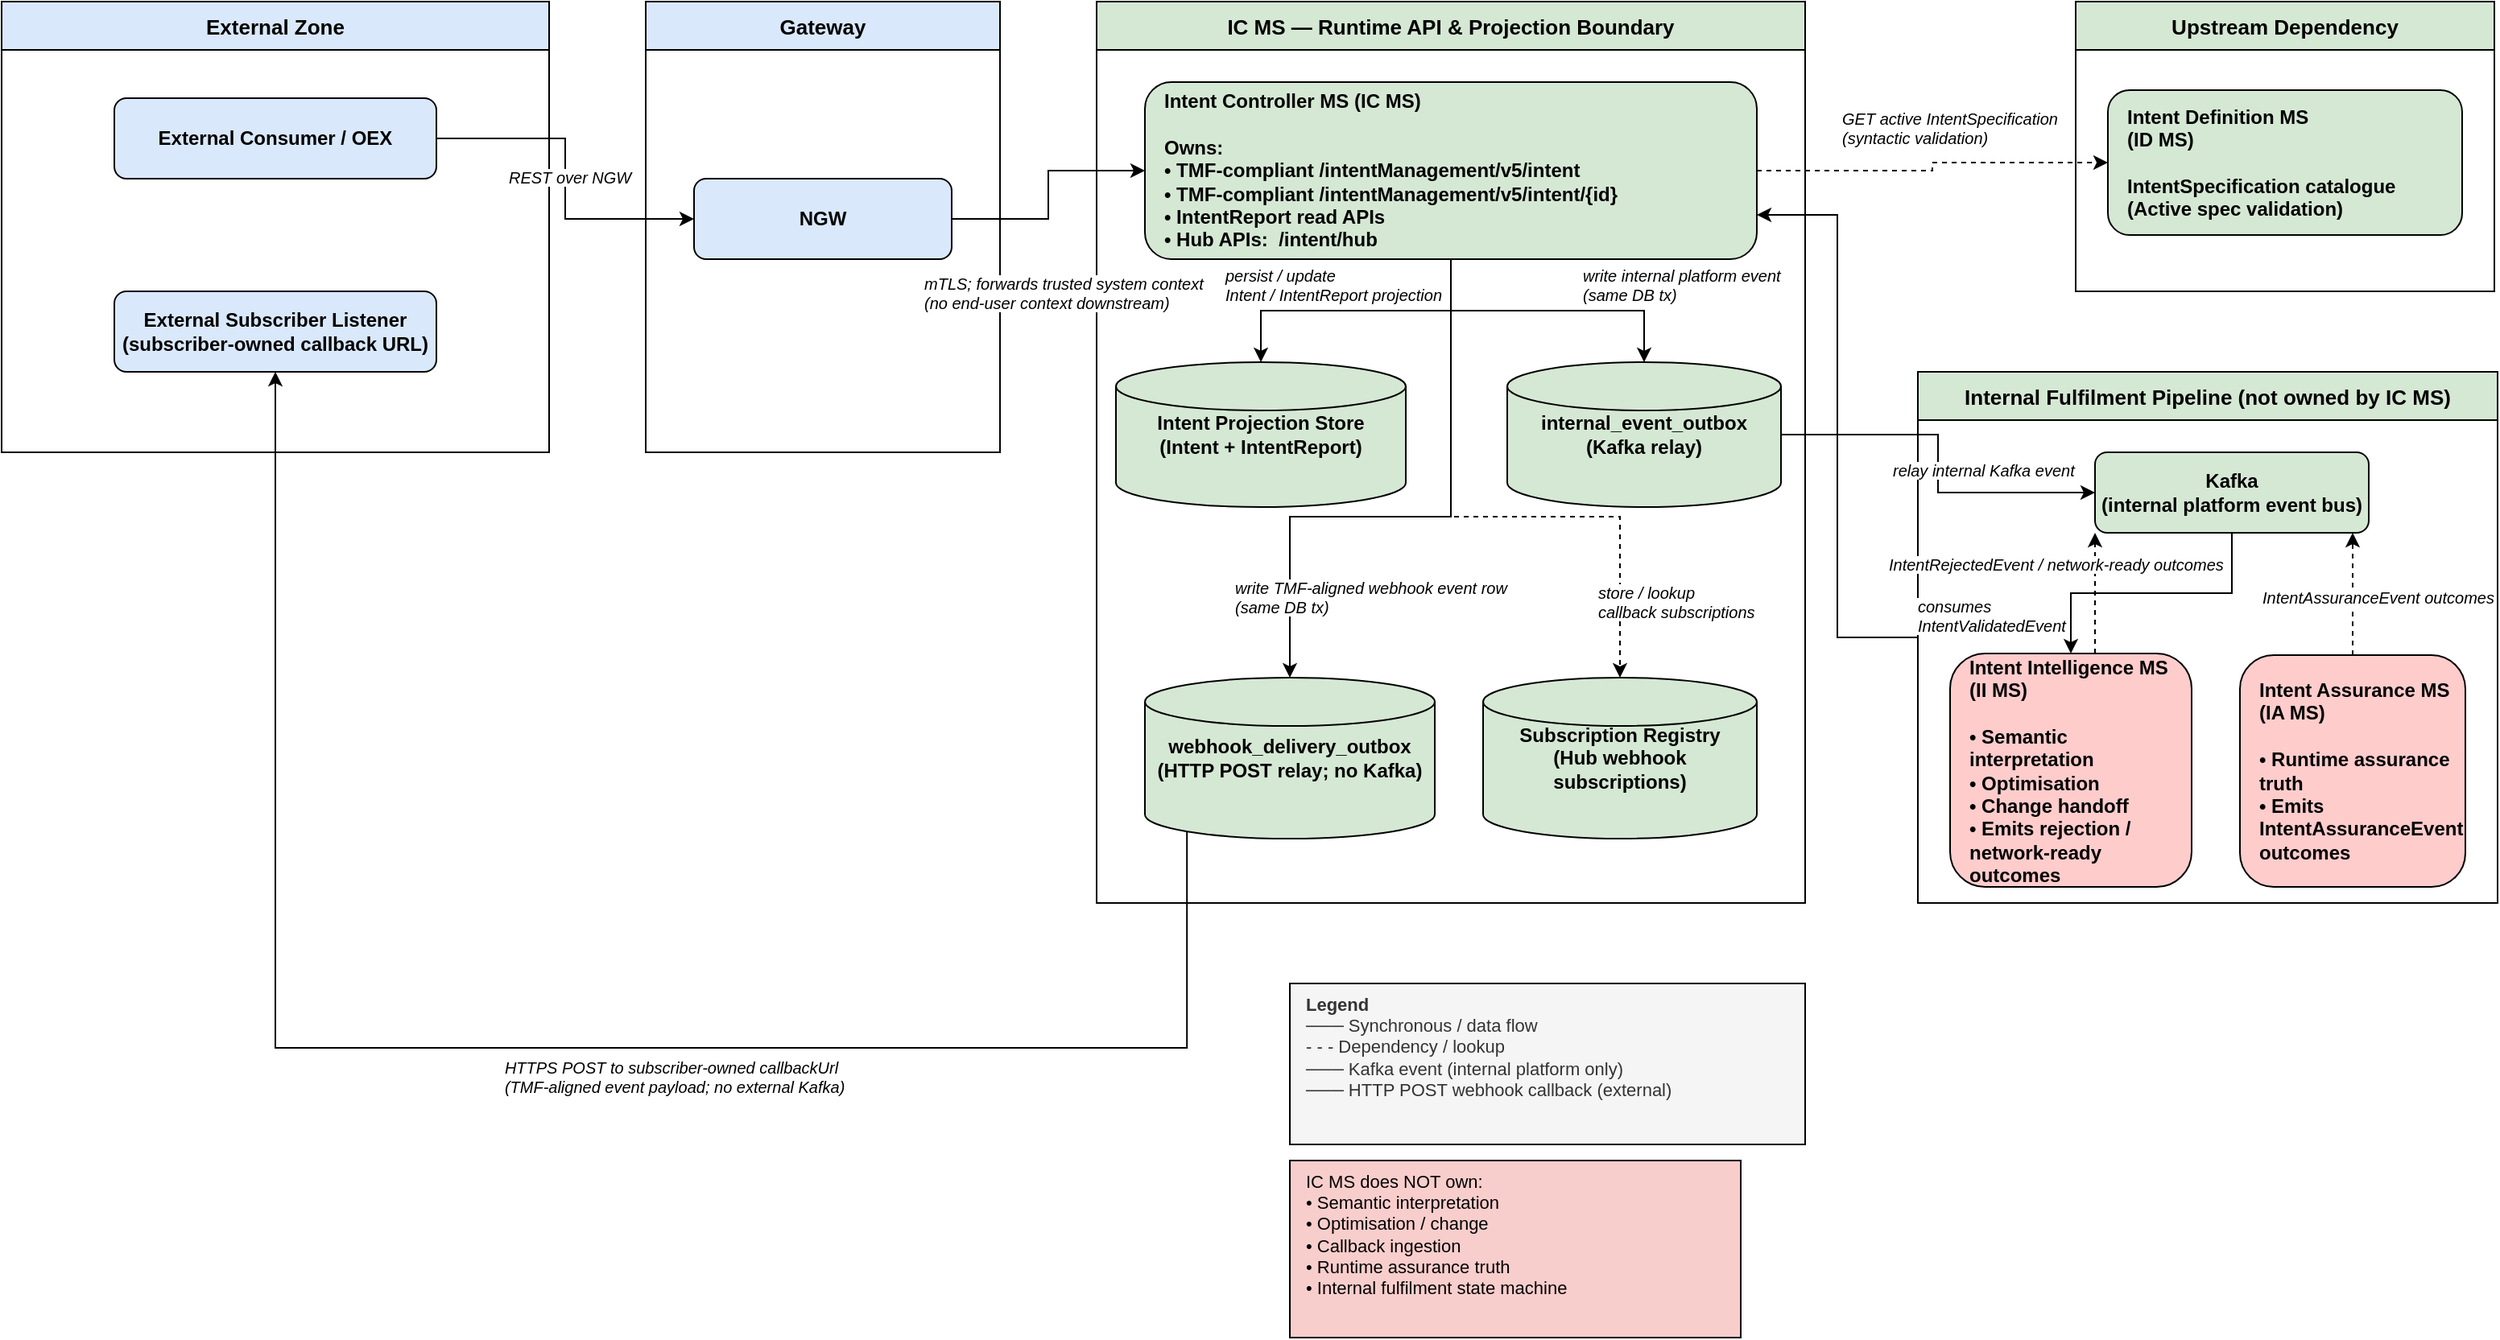
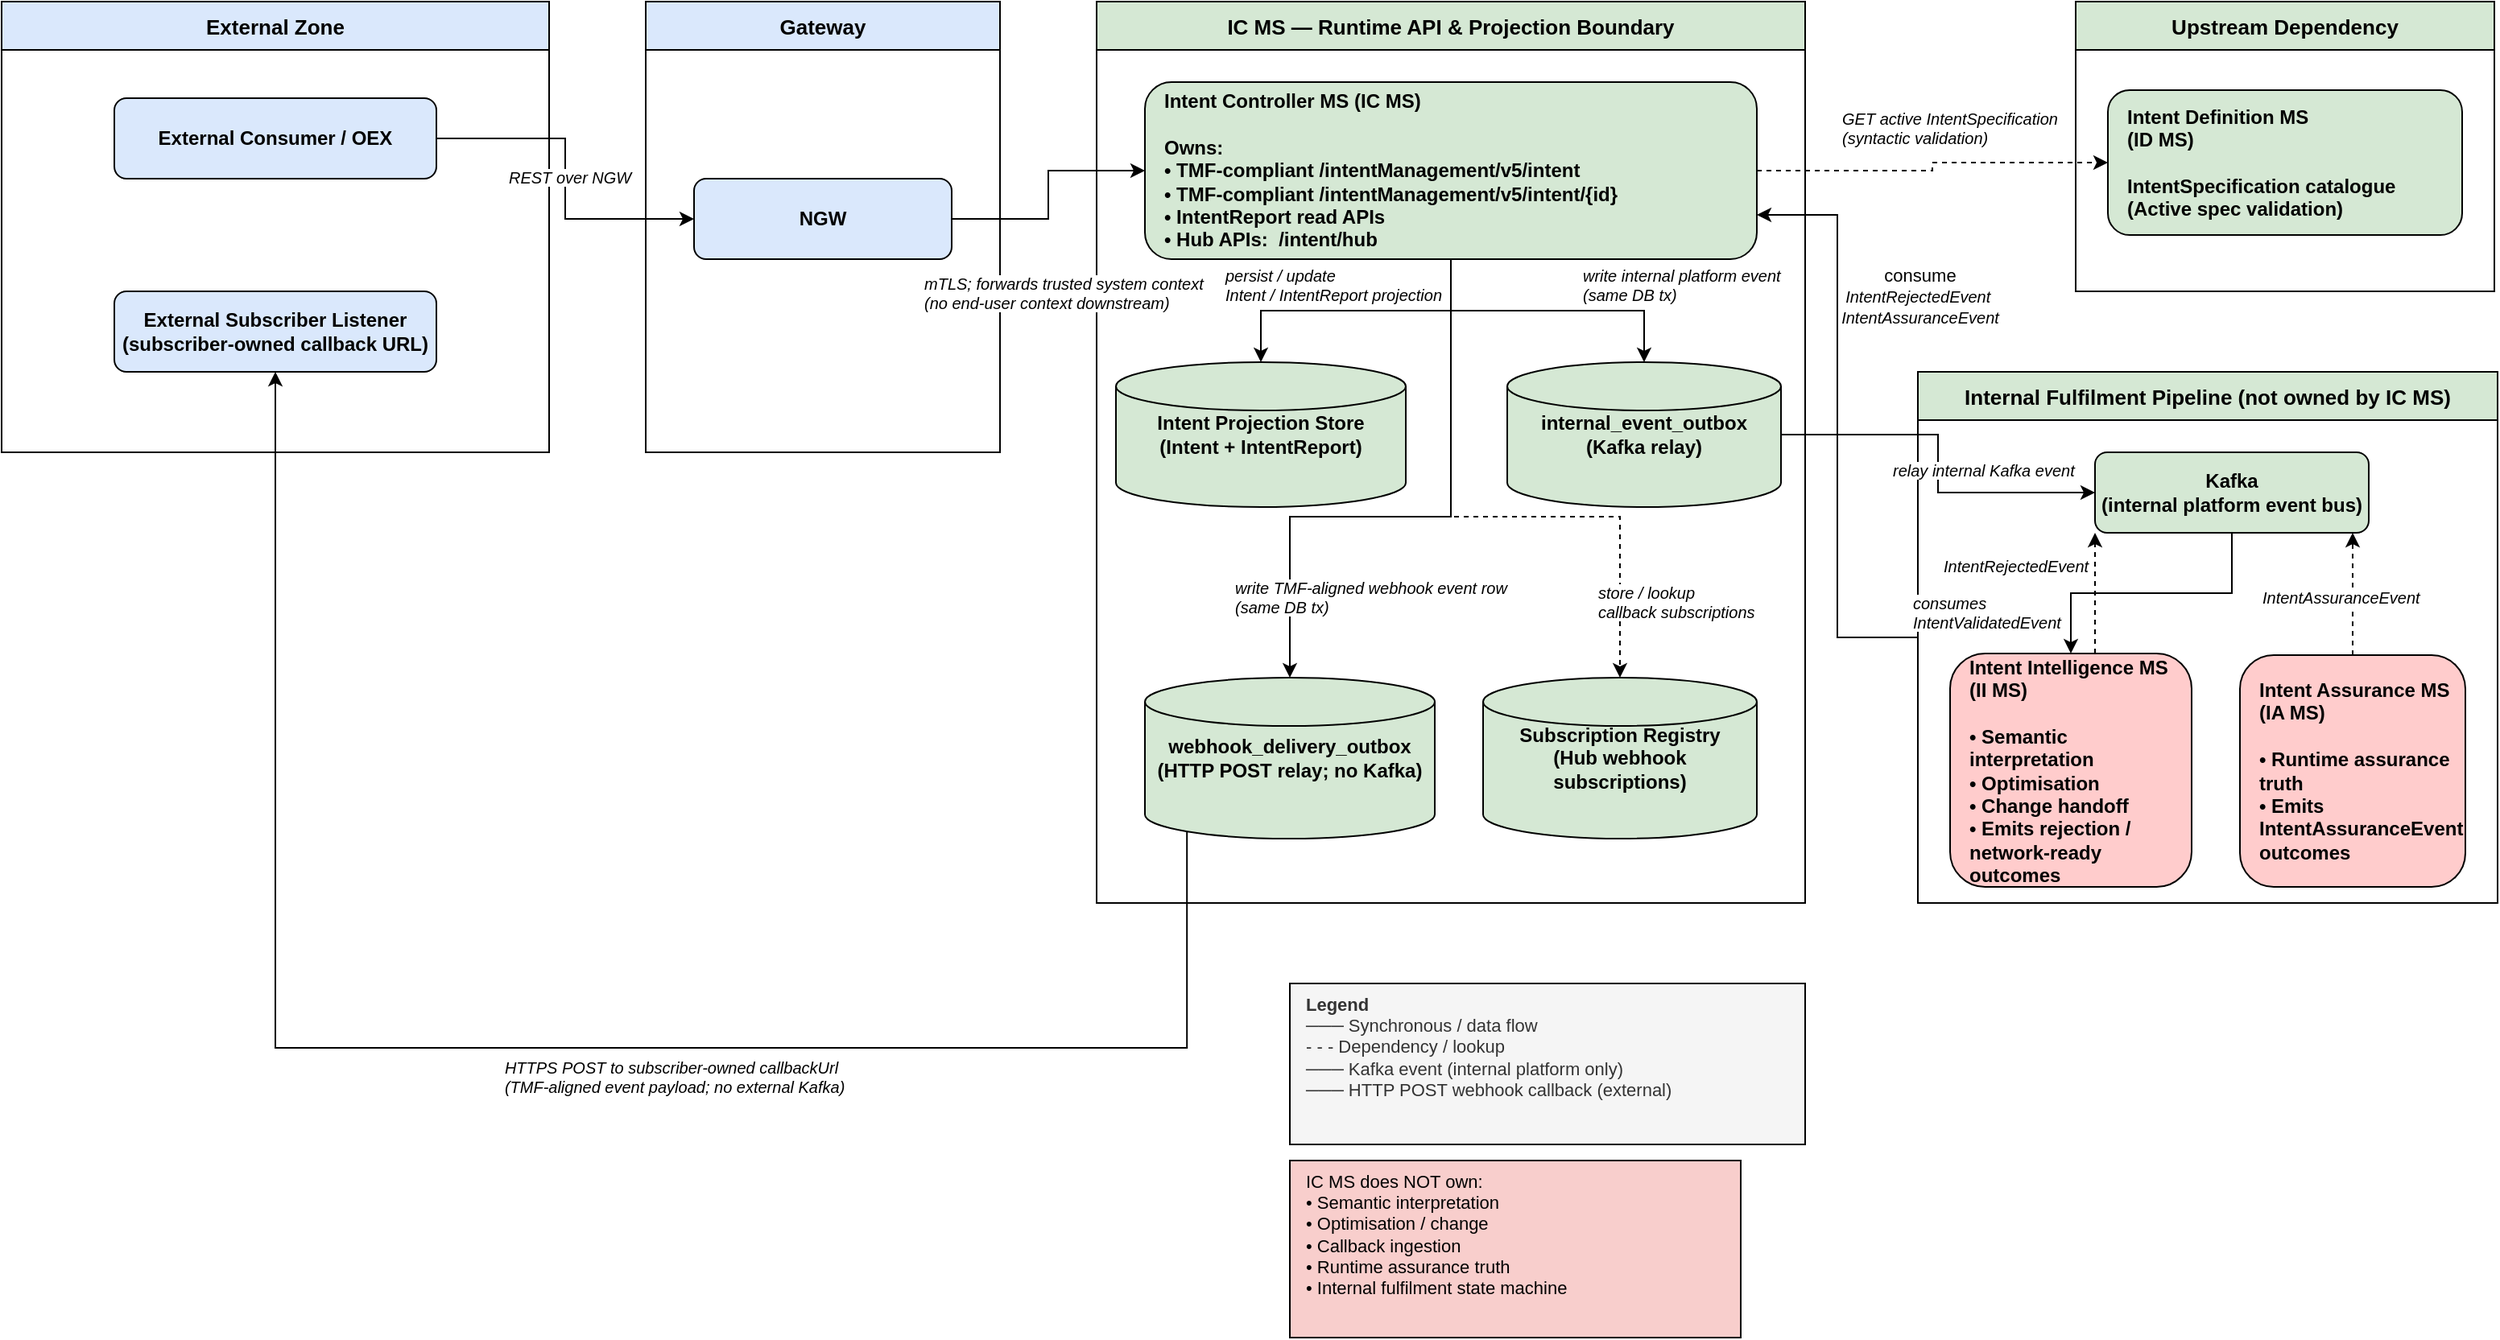
<mxfile host="65bd71144e">
    <diagram name="IC MS - Logical View" id="ic-ms-logical-view">
        <mxGraphModel dx="615" dy="633" grid="1" gridSize="10" guides="1" tooltips="1" connect="1" arrows="1" fold="1" page="1" pageScale="1" pageWidth="1654" pageHeight="1169" math="0" shadow="0">
            <root>
                <mxCell id="0"/>
                <mxCell id="1" parent="0"/>
                <mxCell id="zone_external" value="External Zone" style="swimlane;startSize=30;fillColor=#dae8fc;strokeColor=default;fontStyle=1;fontSize=13;horizontal=1;container=0;" parent="1" vertex="1">
                    <mxGeometry x="40" y="40" width="340" height="280" as="geometry"/>
                </mxCell>
                <mxCell id="zone_gateway" value="Gateway" style="swimlane;startSize=30;fillColor=#dae8fc;strokeColor=default;fontStyle=1;fontSize=13;horizontal=1;container=0;" parent="1" vertex="1">
                    <mxGeometry x="440" y="40" width="220" height="280" as="geometry"/>
                </mxCell>
                <mxCell id="zone_icms" value="IC MS — Runtime API &amp; Projection Boundary" style="swimlane;startSize=30;fillColor=#d5e8d4;strokeColor=default;fontStyle=1;fontSize=13;horizontal=1;container=0;" parent="1" vertex="1">
                    <mxGeometry x="720" y="40" width="440" height="560" as="geometry"/>
                </mxCell>
                <mxCell id="zone_idms" value="Upstream Dependency" style="swimlane;startSize=30;fillColor=#d5e8d4;strokeColor=default;fontStyle=1;fontSize=13;horizontal=1;container=0;" parent="1" vertex="1">
                    <mxGeometry x="1328" y="40" width="260" height="180" as="geometry"/>
                </mxCell>
                <mxCell id="0MlcjW0cjBZ2ITzH3IxV-1" style="edgeStyle=orthogonalEdgeStyle;rounded=0;orthogonalLoop=1;jettySize=auto;html=1;entryX=1;entryY=0.75;entryDx=0;entryDy=0;fillColor=#d5e8d4;strokeColor=default;" parent="1" source="zone_internal" target="icms_core" edge="1">
                    <mxGeometry relative="1" as="geometry"/>
+                 </mxCell>
+                 <mxCell id="2" value="consume&lt;div&gt;&lt;span style=&quot;color: rgb(0, 0, 0); font-size: 10px; font-style: italic; text-align: left;&quot;&gt;IntentRejectedEvent&amp;nbsp;&lt;br&gt;&lt;span style=&quot;color: rgb(0, 0, 0);&quot;&gt;IntentAssuranceEvent&lt;/span&gt;&lt;/span&gt;&lt;/div&gt;" style="edgeLabel;html=1;align=center;verticalAlign=middle;resizable=0;points=[];" vertex="1" connectable="0" parent="0MlcjW0cjBZ2ITzH3IxV-1">
+                     <mxGeometry x="0.4455" y="-1" relative="1" as="geometry">
+                         <mxPoint x="50" as="offset"/>
+                     </mxGeometry>
                </mxCell>
                <mxCell id="zone_internal" value="Internal Fulfilment Pipeline (not owned by IC MS)" style="swimlane;startSize=30;fillColor=#d5e8d4;strokeColor=default;fontStyle=1;fontSize=13;horizontal=1;container=0;" parent="1" vertex="1">
                    <mxGeometry x="1230" y="270" width="360" height="330" as="geometry"/>
                </mxCell>
                <mxCell id="e1" style="edgeStyle=orthogonalEdgeStyle;rounded=0;" parent="1" source="ext_consumer" target="gateway" edge="1">
                    <mxGeometry relative="1" as="geometry"/>
                </mxCell>
                <mxCell id="e1_lbl" value="REST over NGW" style="edgeLabel;fontSize=10;fontStyle=2;container=0;" parent="e1" connectable="0" vertex="1">
                    <mxGeometry relative="0.5" as="geometry">
                        <mxPoint x="-37" y="-13" as="offset"/>
                    </mxGeometry>
                </mxCell>
                <mxCell id="e2" style="edgeStyle=orthogonalEdgeStyle;rounded=0;" parent="1" source="gateway" target="icms_core" edge="1">
                    <mxGeometry relative="1" as="geometry"/>
                </mxCell>
                <mxCell id="e2_lbl" value="mTLS; forwards trusted system context&#xa;(no end-user context downstream)" style="edgeLabel;fontSize=10;fontStyle=2;container=0;" parent="e2" connectable="0" vertex="1">
                    <mxGeometry relative="0.5" as="geometry">
                        <mxPoint x="-79" y="43" as="offset"/>
                    </mxGeometry>
                </mxCell>
                <mxCell id="e3" style="edgeStyle=orthogonalEdgeStyle;rounded=0;dashed=1;fillColor=#d5e8d4;strokeColor=default;" parent="1" source="icms_core" target="idms" edge="1">
                    <mxGeometry relative="1" as="geometry"/>
                </mxCell>
                <mxCell id="e3_lbl" value="GET active IntentSpecification&#xa;(syntactic validation)" style="edgeLabel;fontSize=10;fontStyle=2;container=0;" parent="e3" connectable="0" vertex="1">
                    <mxGeometry relative="0.5" as="geometry">
                        <mxPoint x="-58" y="-42" as="offset"/>
                    </mxGeometry>
                </mxCell>
                <mxCell id="e4" style="edgeStyle=orthogonalEdgeStyle;rounded=0;fillColor=#d5e8d4;strokeColor=default;" parent="1" source="icms_core" target="intent_store" edge="1">
                    <mxGeometry relative="1" as="geometry"/>
                </mxCell>
                <mxCell id="e4_lbl" value="persist / update&#xa;Intent / IntentReport projection" style="edgeLabel;fontSize=10;fontStyle=2;container=0;" parent="e4" connectable="0" vertex="1">
                    <mxGeometry relative="0.5" as="geometry">
                        <mxPoint x="-83" y="-34" as="offset"/>
                    </mxGeometry>
                </mxCell>
                <mxCell id="e5" style="edgeStyle=orthogonalEdgeStyle;rounded=0;fillColor=#d5e8d4;strokeColor=default;" parent="1" source="icms_core" target="int_outbox" edge="1">
                    <mxGeometry relative="1" as="geometry"/>
                </mxCell>
                <mxCell id="e5_lbl" value="write internal platform event&#xa;(same DB tx)" style="edgeLabel;fontSize=10;fontStyle=2;container=0;" parent="e5" connectable="0" vertex="1">
                    <mxGeometry relative="0.5" as="geometry">
                        <mxPoint x="20" y="-34" as="offset"/>
                    </mxGeometry>
                </mxCell>
                <mxCell id="e6" style="edgeStyle=orthogonalEdgeStyle;rounded=0;fillColor=#d5e8d4;strokeColor=default;" parent="1" source="int_outbox" target="kafka" edge="1">
                    <mxGeometry relative="1" as="geometry"/>
                </mxCell>
                <mxCell id="e6_lbl" value="relay internal Kafka event" style="edgeLabel;fontSize=10;fontStyle=2;container=0;" parent="e6" connectable="0" vertex="1">
                    <mxGeometry relative="0.5" as="geometry">
                        <mxPoint x="-30" y="-8" as="offset"/>
                    </mxGeometry>
                </mxCell>
                <mxCell id="e7" style="edgeStyle=orthogonalEdgeStyle;rounded=0;fillColor=#d5e8d4;strokeColor=default;" parent="1" source="kafka" target="iims" edge="1">
                    <mxGeometry relative="1" as="geometry"/>
                </mxCell>
                <mxCell id="e7_lbl" value="consumes&#xa;IntentValidatedEvent" style="edgeLabel;fontSize=10;fontStyle=2;container=0;" parent="e7" connectable="0" vertex="1">
                    <mxGeometry relative="0.5" as="geometry">
-                         <mxPoint x="-147" y="-4" as="offset"/>
+                         <mxPoint x="-150" y="-6" as="offset"/>
                    </mxGeometry>
                </mxCell>
                <mxCell id="e8" style="edgeStyle=orthogonalEdgeStyle;rounded=0;dashed=1;fillColor=#d5e8d4;strokeColor=default;" parent="1" source="iims" target="kafka" edge="1">
                    <mxGeometry relative="1" as="geometry">
                        <Array as="points">
                            <mxPoint x="1310" y="490"/>
                            <mxPoint x="1380" y="490"/>
                            <mxPoint x="1380" y="360"/>
                        </Array>
                    </mxGeometry>
                </mxCell>
-                 <mxCell id="e8_lbl" value="IntentRejectedEvent / network-ready outcomes" style="edgeLabel;fontSize=10;fontStyle=2;container=0;" parent="e8" connectable="0" vertex="1">
+                 <mxCell id="e8_lbl" value="IntentRejectedEvent " style="edgeLabel;fontSize=10;fontStyle=2;container=0;" parent="e8" connectable="0" vertex="1">
                    <mxGeometry relative="0.5" as="geometry">
-                         <mxPoint x="-130" y="-30" as="offset"/>
+                         <mxPoint x="-96" y="-29" as="offset"/>
                    </mxGeometry>
                </mxCell>
                <mxCell id="e9" style="edgeStyle=orthogonalEdgeStyle;rounded=0;dashed=1;fillColor=#d5e8d4;strokeColor=default;" parent="1" source="iams" target="kafka" edge="1">
                    <mxGeometry relative="1" as="geometry">
                        <Array as="points">
                            <mxPoint x="1450" y="490"/>
                            <mxPoint x="1450" y="360"/>
                        </Array>
                    </mxGeometry>
                </mxCell>
-                 <mxCell id="e9_lbl" value="IntentAssuranceEvent outcomes" style="edgeLabel;fontSize=10;fontStyle=2;container=0;" parent="e9" connectable="0" vertex="1">
+                 <mxCell id="e9_lbl" value="IntentAssuranceEvent" style="edgeLabel;fontSize=10;fontStyle=2;container=0;" parent="e9" connectable="0" vertex="1">
                    <mxGeometry relative="0.5" as="geometry">
                        <mxPoint x="-58" y="-10" as="offset"/>
                    </mxGeometry>
                </mxCell>
                <mxCell id="e11" style="edgeStyle=orthogonalEdgeStyle;rounded=0;fillColor=#d5e8d4;strokeColor=default;" parent="1" source="icms_core" target="webhook_outbox" edge="1">
                    <mxGeometry relative="1" as="geometry">
                        <Array as="points">
                            <mxPoint x="940" y="360"/>
                            <mxPoint x="840" y="360"/>
                        </Array>
                    </mxGeometry>
                </mxCell>
                <mxCell id="e11_lbl" value="write TMF-aligned webhook event row&#xa;(same DB tx)" style="edgeLabel;fontSize=10;fontStyle=2;container=0;" parent="e11" connectable="0" vertex="1">
                    <mxGeometry relative="0.5" as="geometry">
                        <mxPoint x="-116" y="32" as="offset"/>
                    </mxGeometry>
                </mxCell>
                <mxCell id="e12" style="edgeStyle=orthogonalEdgeStyle;rounded=0;strokeColor=default;exitX=0.145;exitY=1;exitDx=0;exitDy=-4.35;exitPerimeter=0;" parent="1" source="webhook_outbox" target="ext_subscriber" edge="1">
                    <mxGeometry relative="1" as="geometry">
                        <Array as="points">
                            <mxPoint x="776" y="690"/>
                            <mxPoint x="210" y="690"/>
                        </Array>
                    </mxGeometry>
                </mxCell>
                <mxCell id="e12_lbl" value="HTTPS POST to subscriber-owned callbackUrl&#xa;(TMF-aligned event payload; no external Kafka)" style="edgeLabel;fontSize=10;fontStyle=2;container=0;" parent="e12" connectable="0" vertex="1">
                    <mxGeometry relative="0.5" as="geometry"/>
                </mxCell>
                <mxCell id="e13" style="edgeStyle=orthogonalEdgeStyle;rounded=0;dashed=1;fillColor=#d5e8d4;strokeColor=default;" parent="1" source="icms_core" target="sub_registry" edge="1">
                    <mxGeometry relative="1" as="geometry">
                        <Array as="points">
                            <mxPoint x="940" y="360"/>
                            <mxPoint x="1045" y="360"/>
                        </Array>
                    </mxGeometry>
                </mxCell>
                <mxCell id="e13_lbl" value="store / lookup&#xa;callback subscriptions" style="edgeLabel;fontSize=10;fontStyle=2;container=0;" parent="e13" connectable="0" vertex="1">
                    <mxGeometry relative="0.5" as="geometry">
                        <mxPoint x="67" y="35" as="offset"/>
                    </mxGeometry>
                </mxCell>
                <mxCell id="legend" value="&lt;b&gt;Legend&lt;/b&gt;&#xa;─── Synchronous / data flow&#xa;- - - Dependency / lookup&#xa;─── Kafka event (internal platform only)&#xa;─── HTTP POST webhook callback (external)" style="text;html=1;strokeColor=default;fillColor=#f5f5f5;align=left;verticalAlign=top;spacingLeft=8;fontSize=11;fontColor=#333333;container=0;" parent="1" vertex="1">
                    <mxGeometry x="840" y="650" width="320" height="100" as="geometry"/>
                </mxCell>
                <mxCell id="not_owned_note" value="IC MS does NOT own:&#xa;• Semantic interpretation&#xa;• Optimisation / change&#xa;• Callback ingestion&#xa;• Runtime assurance truth&#xa;• Internal fulfilment state machine" style="text;html=1;strokeColor=default;fillColor=#f8cecc;align=left;verticalAlign=top;spacingLeft=8;fontSize=11;container=0;" parent="1" vertex="1">
                    <mxGeometry x="840" y="760" width="280" height="110" as="geometry"/>
                </mxCell>
                <mxCell id="ext_consumer" value="External Consumer / OEX" style="rounded=1;whiteSpace=wrap;html=1;fillColor=#dae8fc;strokeColor=default;fontStyle=1;fontSize=12;container=0;" parent="1" vertex="1">
                    <mxGeometry x="110" y="100" width="200" height="50" as="geometry"/>
                </mxCell>
                <mxCell id="ext_subscriber" value="External Subscriber Listener&#xa;(subscriber-owned callback URL)" style="rounded=1;whiteSpace=wrap;html=1;fillColor=#dae8fc;strokeColor=default;fontStyle=1;fontSize=12;container=0;" parent="1" vertex="1">
                    <mxGeometry x="110" y="220" width="200" height="50" as="geometry"/>
                </mxCell>
                <mxCell id="gateway" value="NGW" style="rounded=1;whiteSpace=wrap;html=1;fillColor=#dae8fc;strokeColor=default;fontStyle=1;fontSize=12;container=0;" parent="1" vertex="1">
                    <mxGeometry x="470" y="150" width="160" height="50" as="geometry"/>
                </mxCell>
                <mxCell id="icms_core" value="Intent Controller MS (IC MS)&lt;br&gt;&lt;br&gt;Owns:&lt;br&gt;• TMF-compliant /intentManagement/v5/intent&lt;br&gt;• TMF-compliant /intentManagement/v5/intent/{id}&lt;br&gt;• IntentReport read APIs&lt;br&gt;• Hub APIs:&amp;nbsp; /intent/hub" style="rounded=1;whiteSpace=wrap;html=1;fillColor=#d5e8d4;strokeColor=default;fontStyle=1;fontSize=12;align=left;spacingLeft=10;container=0;" parent="1" vertex="1">
                    <mxGeometry x="750" y="90" width="380" height="110" as="geometry"/>
                </mxCell>
                <mxCell id="intent_store" value="Intent Projection Store&#xa;(Intent + IntentReport)" style="shape=cylinder3;whiteSpace=wrap;html=1;fillColor=#d5e8d4;strokeColor=default;fontStyle=1;fontSize=12;container=0;" parent="1" vertex="1">
                    <mxGeometry x="732" y="264" width="180" height="90" as="geometry"/>
                </mxCell>
                <mxCell id="int_outbox" value="internal_event_outbox&#xa;(Kafka relay)" style="shape=cylinder3;whiteSpace=wrap;html=1;fillColor=#d5e8d4;strokeColor=default;fontStyle=1;fontSize=12;container=0;" parent="1" vertex="1">
                    <mxGeometry x="975" y="264" width="170" height="90" as="geometry"/>
                </mxCell>
                <mxCell id="webhook_outbox" value="webhook_delivery_outbox&#xa;(HTTP POST relay; no Kafka)" style="shape=cylinder3;whiteSpace=wrap;html=1;fillColor=#d5e8d4;strokeColor=default;fontStyle=1;fontSize=12;container=0;" parent="1" vertex="1">
                    <mxGeometry x="750" y="460" width="180" height="100" as="geometry"/>
                </mxCell>
                <mxCell id="sub_registry" value="Subscription Registry&#xa;(Hub webhook subscriptions)" style="shape=cylinder3;whiteSpace=wrap;html=1;fillColor=#d5e8d4;strokeColor=default;fontStyle=1;fontSize=12;container=0;" parent="1" vertex="1">
                    <mxGeometry x="960" y="460" width="170" height="100" as="geometry"/>
                </mxCell>
                <mxCell id="idms" value="Intent Definition MS&#xa;(ID MS)&#xa;&#xa;IntentSpecification catalogue&#xa;(Active spec validation)" style="rounded=1;whiteSpace=wrap;html=1;fillColor=#d5e8d4;strokeColor=default;fontStyle=1;fontSize=12;align=left;spacingLeft=10;container=0;" parent="1" vertex="1">
                    <mxGeometry x="1348" y="95" width="220" height="90" as="geometry"/>
                </mxCell>
                <mxCell id="kafka" value="Kafka&#xa;(internal platform event bus)" style="rounded=1;whiteSpace=wrap;html=1;fillColor=#d5e8d4;strokeColor=default;fontStyle=1;fontSize=12;container=0;" parent="1" vertex="1">
                    <mxGeometry x="1340" y="320" width="170" height="50" as="geometry"/>
                </mxCell>
                <mxCell id="iims" value="Intent Intelligence MS&lt;br&gt;(II MS)&lt;br&gt;&lt;br&gt;• Semantic interpretation&lt;br&gt;• Optimisation&lt;br&gt;• Change handoff&lt;br&gt;• Emits rejection / network-ready outcomes" style="rounded=1;whiteSpace=wrap;html=1;fillColor=#ffcccc;strokeColor=default;fontStyle=1;fontSize=12;align=left;spacingLeft=10;container=0;" parent="1" vertex="1">
                    <mxGeometry x="1250" y="445" width="150" height="145" as="geometry"/>
                </mxCell>
                <mxCell id="iams" value="Intent Assurance MS&#xa;(IA MS)&#xa;&#xa;• Runtime assurance truth&#xa;• Emits IntentAssuranceEvent outcomes" style="rounded=1;whiteSpace=wrap;html=1;fillColor=#ffcccc;strokeColor=default;fontStyle=1;fontSize=12;align=left;spacingLeft=10;container=0;" parent="1" vertex="1">
                    <mxGeometry x="1430" y="446" width="140" height="144" as="geometry"/>
                </mxCell>
            </root>
        </mxGraphModel>
    </diagram>
</mxfile>